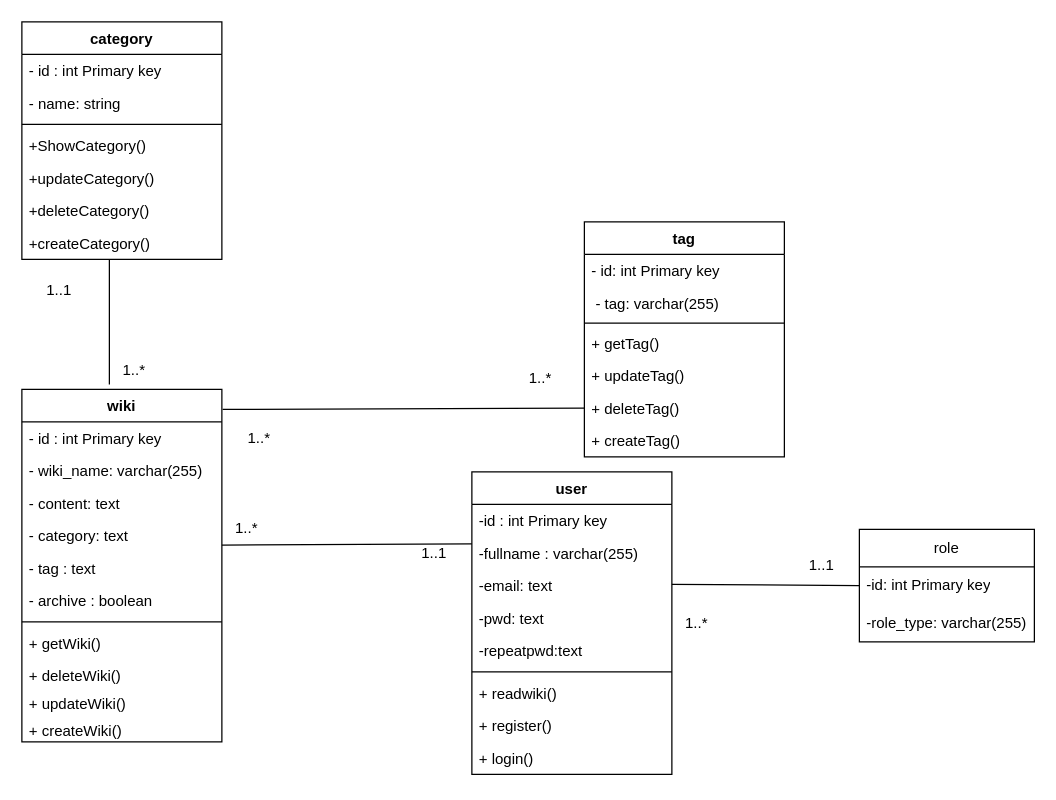
Above: UML/classdiagram.drawio in SalBouhamidi/Wiki (draw.io), before the change. Source tidied: cells renumbered, new cells numbered last; positions are measured from the earlier drawing's top-left corner, leaving out a move shared by most shapes. Both pictures are drawn from the tidied source at 125%, with x=0, y=0 at pixel (21, 21).
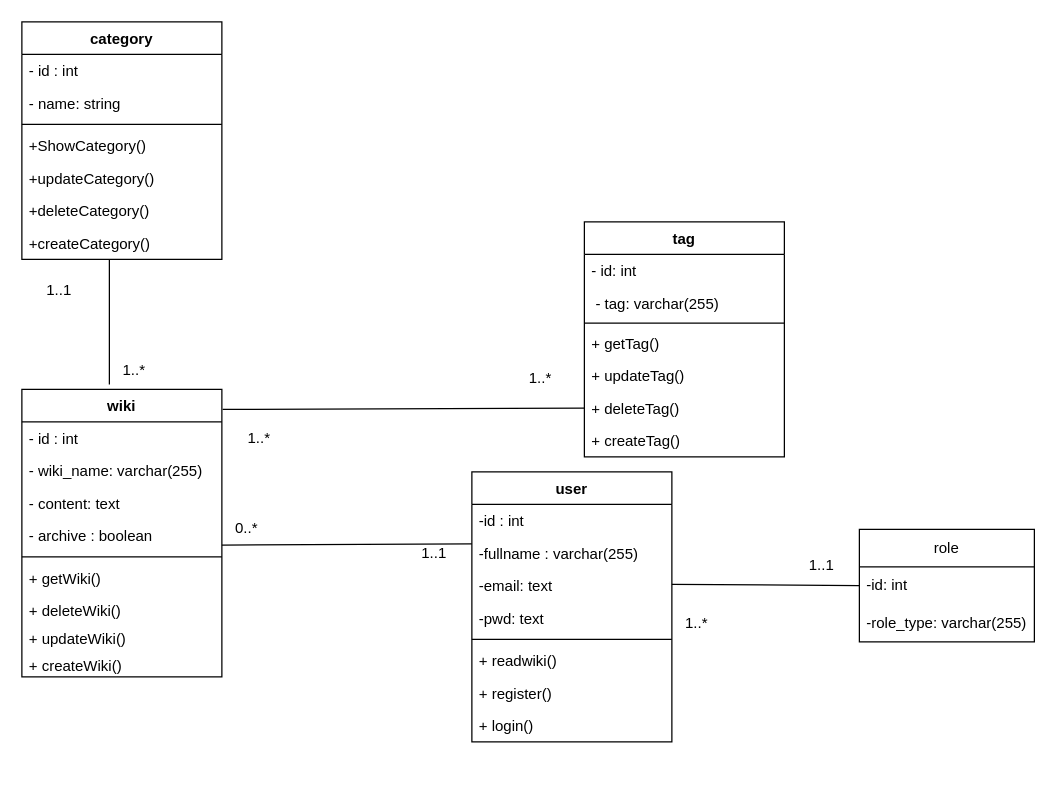
The same page after the edit.

Commit message (it also covers changes not shown here):
fixer le diagramme de classe

The change refers to these unchanged cells:
```xml
<mxCell id="2" value="role" style="swimlane;fontStyle=0;horizontal=1;startSize=30;whiteSpace=wrap;html=1;" parent="1" vertex="1">
  <mxGeometry x="670" y="406" width="140" height="90" as="geometry" />
</mxCell>
<mxCell id="13" value="1..1" style="text;html=1;strokeColor=none;fillColor=none;align=center;verticalAlign=middle;whiteSpace=wrap;rounded=0;" parent="1" vertex="1">
  <mxGeometry x="300" y="410" width="60" height="30" as="geometry" />
</mxCell>
<mxCell id="28" value="category" style="swimlane;fontStyle=1;align=center;verticalAlign=top;horizontal=1;startSize=26;" parent="1" vertex="1">
  <mxGeometry width="160" height="190" as="geometry" />
</mxCell>
<mxCell id="36" value="tag" style="swimlane;fontStyle=1;align=center;verticalAlign=top;horizontal=1;startSize=26;" parent="1" vertex="1">
  <mxGeometry x="450" y="160" width="160" height="188" as="geometry" />
</mxCell>
```

What changed in the source:
```diff
@@
-    <mxCell id="3" value="-id: int Primary key" style="text;strokeColor=none;fillColor=none;align=left;verticalAlign=middle;spacingLeft=4;spacingRight=4;overflow=hidden;points=[[0,0.5],[1,0.5]];portConstraint=eastwest;whiteSpace=wrap;html=1;" parent="2" vertex="1">
+    <mxCell id="3" value="-id: int&amp;nbsp;" style="text;strokeColor=none;fillColor=none;align=left;verticalAlign=middle;spacingLeft=4;spacingRight=4;overflow=hidden;points=[[0,0.5],[1,0.5]];portConstraint=eastwest;whiteSpace=wrap;html=1;" parent="2" vertex="1">
       <mxGeometry y="30" width="140" height="30" as="geometry" />
     </mxCell>
@@
-    <mxCell id="8" style="endArrow=none;html=1;entryX=1;entryY=0.25;entryDx=0;entryDy=0;exitX=1;exitY=0.794;exitDx=0;exitDy=0;exitPerimeter=0;" parent="1" edge="1" source="20" target="13">
-      <mxGeometry relative="1" as="geometry" />
+    <mxCell id="8" style="endArrow=none;html=1;entryX=1;entryY=0.25;entryDx=0;entryDy=0;exitX=1;exitY=0.794;exitDx=0;exitDy=0;exitPerimeter=0;" parent="1" edge="1" target="13">
+      <mxGeometry relative="1" as="geometry">
+        <mxPoint x="160" y="418.6" as="sourcePoint" />
+      </mxGeometry>
     </mxCell>
@@
-    <mxCell id="12" value="1..*" style="text;html=1;strokeColor=none;fillColor=none;align=center;verticalAlign=middle;whiteSpace=wrap;rounded=0;" parent="1" vertex="1">
+    <mxCell id="12" value="0..*" style="text;html=1;strokeColor=none;fillColor=none;align=center;verticalAlign=middle;whiteSpace=wrap;rounded=0;" parent="1" vertex="1">
       <mxGeometry x="150" y="390" width="60" height="30" as="geometry" />
     </mxCell>
@@
     <mxCell id="16" value="wiki" style="swimlane;fontStyle=1;align=center;verticalAlign=top;horizontal=1;startSize=26;" parent="1" vertex="1">
-      <mxGeometry y="294" width="160" height="282" as="geometry" />
+      <mxGeometry y="294" width="160" height="230" as="geometry" />
     </mxCell>
-    <mxCell id="17" value="- id : int Primary key" style="text;strokeColor=none;fillColor=none;align=left;verticalAlign=top;spacingLeft=4;spacingRight=4;overflow=hidden;" parent="16" vertex="1">
+    <mxCell id="17" value="- id : int " style="text;strokeColor=none;fillColor=none;align=left;verticalAlign=top;spacingLeft=4;spacingRight=4;overflow=hidden;" parent="16" vertex="1">
       <mxGeometry y="26" width="160" height="26" as="geometry" />
     </mxCell>
@@
-    <mxCell id="20" value="- category: text" style="text;strokeColor=none;fillColor=none;align=left;verticalAlign=top;spacingLeft=4;spacingRight=4;overflow=hidden;points=[[0,0.5],[1,0.5]];portConstraint=eastwest;" parent="16" vertex="1">
-      <mxGeometry y="104" width="160" height="26" as="geometry" />
-    </mxCell>
-    <mxCell id="21" value="- tag : text" style="text;strokeColor=none;fillColor=none;align=left;verticalAlign=top;spacingLeft=4;spacingRight=4;overflow=hidden;" parent="16" vertex="1">
-      <mxGeometry y="130" width="160" height="26" as="geometry" />
-    </mxCell>
     <mxCell id="22" value="- archive : boolean" style="text;strokeColor=none;fillColor=none;align=left;verticalAlign=top;spacingLeft=4;spacingRight=4;overflow=hidden;" parent="16" vertex="1">
-      <mxGeometry y="156" width="160" height="26" as="geometry" />
+      <mxGeometry y="104" width="160" height="26" as="geometry" />
     </mxCell>
     <mxCell id="23" style="line;strokeWidth=1;fillColor=none;align=left;verticalAlign=middle;spacingTop=-1;spacingLeft=3;spacingRight=3;labelPosition=right;strokeColor=inherit;" parent="16" vertex="1">
-      <mxGeometry y="182" width="160" height="8" as="geometry" />
+      <mxGeometry y="130" width="160" height="8" as="geometry" />
     </mxCell>
     <mxCell id="24" value="+ getWiki()" style="text;strokeColor=none;fillColor=none;align=left;verticalAlign=top;spacingLeft=4;spacingRight=4;overflow=hidden;" parent="16" vertex="1">
-      <mxGeometry y="190" width="160" height="26" as="geometry" />
+      <mxGeometry y="138" width="160" height="26" as="geometry" />
     </mxCell>
     <mxCell id="25" value="+ deleteWiki()" style="text;strokeColor=none;fillColor=none;align=left;verticalAlign=top;spacingLeft=4;spacingRight=4;overflow=hidden;" parent="16" vertex="1">
-      <mxGeometry y="216" width="160" height="22" as="geometry" />
+      <mxGeometry y="164" width="160" height="22" as="geometry" />
     </mxCell>
     <mxCell id="26" value="+ updateWiki()" style="text;strokeColor=none;fillColor=none;align=left;verticalAlign=top;spacingLeft=4;spacingRight=4;overflow=hidden;" parent="16" vertex="1">
-      <mxGeometry y="238" width="160" height="22" as="geometry" />
+      <mxGeometry y="186" width="160" height="22" as="geometry" />
     </mxCell>
     <mxCell id="27" value="+ createWiki()" style="text;strokeColor=none;fillColor=none;align=left;verticalAlign=top;spacingLeft=4;spacingRight=4;overflow=hidden;" parent="16" vertex="1">
-      <mxGeometry y="260" width="160" height="22" as="geometry" />
+      <mxGeometry y="208" width="160" height="22" as="geometry" />
     </mxCell>
@@
-    <mxCell id="29" value="- id : int Primary key" style="text;strokeColor=none;fillColor=none;align=left;verticalAlign=top;spacingLeft=4;spacingRight=4;overflow=hidden;" parent="28" vertex="1">
+    <mxCell id="29" value="- id : int " style="text;strokeColor=none;fillColor=none;align=left;verticalAlign=top;spacingLeft=4;spacingRight=4;overflow=hidden;" parent="28" vertex="1">
       <mxGeometry y="26" width="160" height="26" as="geometry" />
     </mxCell>
@@
-    <mxCell id="37" value="- id: int Primary key" style="text;strokeColor=none;fillColor=none;align=left;verticalAlign=top;spacingLeft=4;spacingRight=4;overflow=hidden;" parent="36" vertex="1">
+    <mxCell id="37" value="- id: int" style="text;strokeColor=none;fillColor=none;align=left;verticalAlign=top;spacingLeft=4;spacingRight=4;overflow=hidden;" parent="36" vertex="1">
       <mxGeometry y="26" width="160" height="26" as="geometry" />
     </mxCell>
@@
     <mxCell id="44" value="user" style="swimlane;fontStyle=1;align=center;verticalAlign=top;horizontal=1;startSize=26;" parent="1" vertex="1">
-      <mxGeometry x="360" y="360" width="160" height="242" as="geometry" />
+      <mxGeometry x="360" y="360" width="160" height="216" as="geometry" />
     </mxCell>
-    <mxCell id="45" value="-id : int Primary key " style="text;strokeColor=none;fillColor=none;align=left;verticalAlign=top;spacingLeft=4;spacingRight=4;overflow=hidden;" parent="44" vertex="1">
+    <mxCell id="45" value="-id : int " style="text;strokeColor=none;fillColor=none;align=left;verticalAlign=top;spacingLeft=4;spacingRight=4;overflow=hidden;" parent="44" vertex="1">
       <mxGeometry y="26" width="160" height="26" as="geometry" />
     </mxCell>
@@
-    <mxCell id="49" value="-repeatpwd:text" style="text;strokeColor=none;fillColor=none;align=left;verticalAlign=top;spacingLeft=4;spacingRight=4;overflow=hidden;" parent="44" vertex="1">
-      <mxGeometry y="130" width="160" height="26" as="geometry" />
-    </mxCell>
     <mxCell id="50" style="line;strokeWidth=1;fillColor=none;align=left;verticalAlign=middle;spacingTop=-1;spacingLeft=3;spacingRight=3;labelPosition=right;strokeColor=inherit;" parent="44" vertex="1">
-      <mxGeometry y="156" width="160" height="8" as="geometry" />
+      <mxGeometry y="130" width="160" height="8" as="geometry" />
     </mxCell>
     <mxCell id="51" value="+ readwiki()" style="text;strokeColor=none;fillColor=none;align=left;verticalAlign=top;spacingLeft=4;spacingRight=4;overflow=hidden;" parent="44" vertex="1">
-      <mxGeometry y="164" width="160" height="26" as="geometry" />
+      <mxGeometry y="138" width="160" height="26" as="geometry" />
     </mxCell>
     <mxCell id="52" value="+ register()" style="text;strokeColor=none;fillColor=none;align=left;verticalAlign=top;spacingLeft=4;spacingRight=4;overflow=hidden;" parent="44" vertex="1">
-      <mxGeometry y="190" width="160" height="26" as="geometry" />
+      <mxGeometry y="164" width="160" height="26" as="geometry" />
     </mxCell>
     <mxCell id="53" value="+ login()" style="text;strokeColor=none;fillColor=none;align=left;verticalAlign=top;spacingLeft=4;spacingRight=4;overflow=hidden;" parent="44" vertex="1">
-      <mxGeometry y="216" width="160" height="26" as="geometry" />
+      <mxGeometry y="190" width="160" height="26" as="geometry" />
     </mxCell>
```
